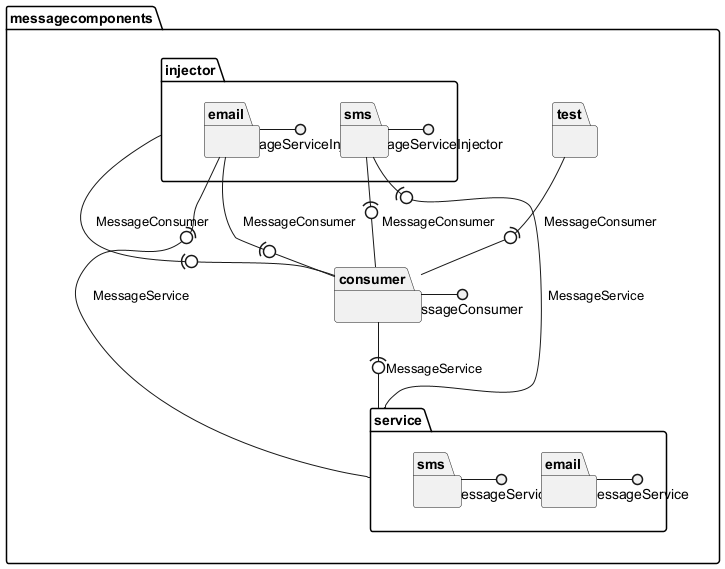
The PlantUML diagram src/component_diagram.png in Antonia123456/ComponentDiagramGenerator, before a commit.
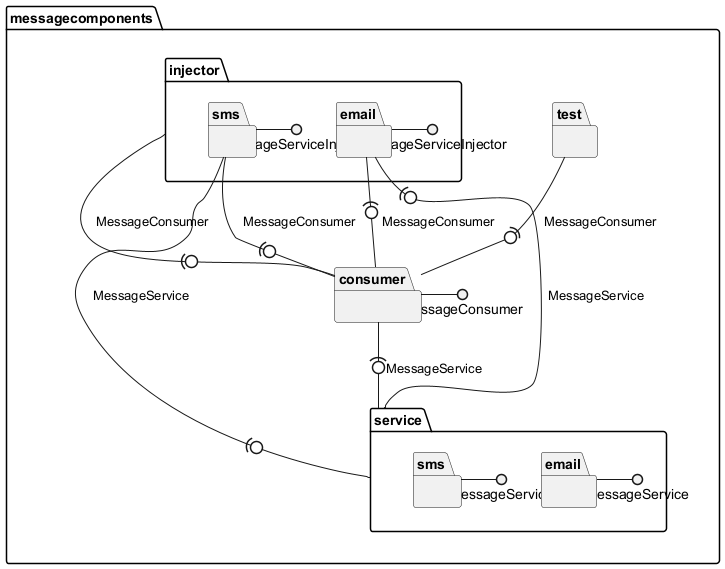
The same diagram one commit later.

Diff of the diagram source:
```diff
@@ -17,16 +17,16 @@
 }
 }
 }
-messagecomponents.injector.email -() MessageServiceInjector
 messagecomponents.service.email -() MessageService
 messagecomponents.injector.sms -() MessageServiceInjector
 messagecomponents.service.sms -() MessageService
+messagecomponents.injector.email -() MessageServiceInjector
 messagecomponents.consumer -() MessageConsumer
+messagecomponents.injector.sms -(0- messagecomponents.consumer : "MessageConsumer"
+messagecomponents.injector.sms -(0- messagecomponents.service : "MessageService"
 messagecomponents.test -(0- messagecomponents.consumer : "MessageConsumer"
+messagecomponents.injector -(0- messagecomponents.consumer : "MessageConsumer"
 messagecomponents.injector.email -(0- messagecomponents.consumer : "MessageConsumer"
 messagecomponents.injector.email -(0- messagecomponents.service : "MessageService"
-messagecomponents.injector.sms -(0- messagecomponents.consumer : "MessageConsumer"
-messagecomponents.injector.sms -(0- messagecomponents.service : "MessageService"
-messagecomponents.injector -(0- messagecomponents.consumer : "MessageConsumer"
 messagecomponents.consumer -(0- messagecomponents.service : "MessageService"
 @enduml
```
